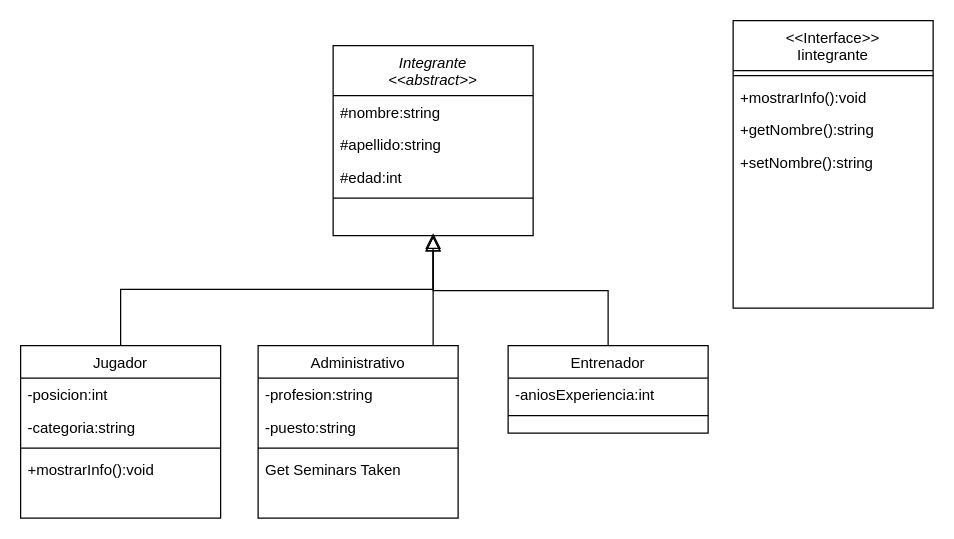
The draw.io diagram DesarrolloOrientadoObjetos/ejerciciosObligatorios6/IntegranteAbstract.drawio in monick96/PracticeCsharp, before the edit. Source tidied: cells renumbered, new cells numbered last; positions are measured from the earlier drawing's top-left corner, leaving out a move shared by most shapes. Both pictures are drawn from the tidied source at 125%, with x=0, y=0 at pixel (20, 20).
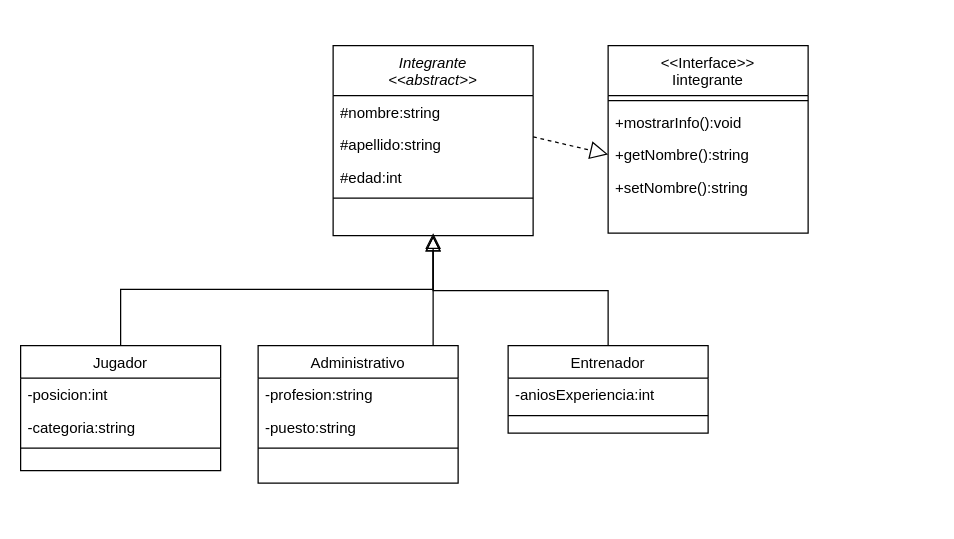
Above is the later version.

Unchanged cells that the change refers to:
```xml
<mxCell id="4" value="#apellido:string" style="text;align=left;verticalAlign=top;spacingLeft=4;spacingRight=4;overflow=hidden;points=[[0,0.5],[1,0.5]];portConstraint=eastwest;rounded=0;shadow=0;html=0;" parent="2" vertex="1">
  <mxGeometry y="66" width="160" height="26" as="geometry" />
</mxCell>
<mxCell id="20" value="+getNombre():string" style="text;align=left;verticalAlign=top;spacingLeft=4;spacingRight=4;overflow=hidden;points=[[0,0.5],[1,0.5]];portConstraint=eastwest;" parent="17" vertex="1">
  <mxGeometry y="74" width="160" height="26" as="geometry" />
</mxCell>
```

Change to the diagram source:
```diff
@@
     <mxCell id="7" value="Administrativo" style="swimlane;fontStyle=0;align=center;verticalAlign=top;horizontal=1;startSize=26;rounded=0;shadow=0;strokeWidth=1;" parent="1" vertex="1">
-      <mxGeometry x="190" y="260" width="160" height="138" as="geometry" />
+      <mxGeometry x="190" y="260" width="160" height="110" as="geometry" />
     </mxCell>
@@
-    <mxCell id="11" value="Get Seminars Taken" style="text;align=left;verticalAlign=top;spacingLeft=4;spacingRight=4;overflow=hidden;" parent="7" vertex="1">
-      <mxGeometry y="86" width="160" height="26" as="geometry" />
-    </mxCell>
@@
     <mxCell id="17" value="&lt;&lt;Interface&gt;&gt;&#10;Iintegrante" style="swimlane;fontStyle=0;align=center;verticalAlign=top;horizontal=1;startSize=40;rounded=0;shadow=0;strokeWidth=1;" parent="1" vertex="1">
-      <mxGeometry x="570" width="160" height="230" as="geometry" />
+      <mxGeometry x="470" y="20" width="160" height="150" as="geometry" />
     </mxCell>
@@
     <mxCell id="22" value="Jugador" style="swimlane;fontStyle=0;align=center;verticalAlign=top;horizontal=1;startSize=26;rounded=0;shadow=0;strokeWidth=1;" parent="1" vertex="1">
-      <mxGeometry y="260" width="160" height="138" as="geometry" />
+      <mxGeometry y="260" width="160" height="100" as="geometry" />
     </mxCell>
@@
-    <mxCell id="26" value="+mostrarInfo():void" style="text;align=left;verticalAlign=top;spacingLeft=4;spacingRight=4;overflow=hidden;" parent="22" vertex="1">
-      <mxGeometry y="86" width="160" height="26" as="geometry" />
-    </mxCell>
@@
+    <mxCell id="28" style="endArrow=block;dashed=1;endFill=0;endSize=12;html=1;rounded=0;exitX=1;exitY=0.269;exitDx=0;exitDy=0;exitPerimeter=0;entryX=0;entryY=0.5;entryDx=0;entryDy=0;" parent="1" edge="1" source="4" target="20">
+      <mxGeometry relative="1" as="geometry" />
+    </mxCell>
```
